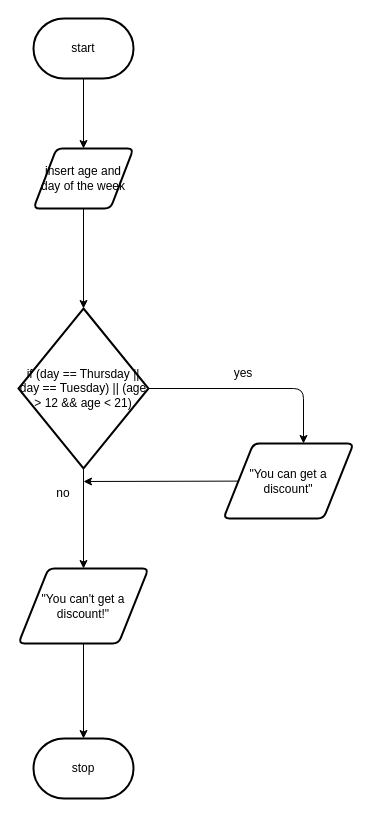
sophie-nguyen-0/ICS2O-unit5-04-select keeps this draw.io diagram as design/flowchart.drawio. Above is the earlier version. Source tidied: cells renumbered, new cells numbered last; positions are measured from the earlier drawing's top-left corner, leaving out a move shared by most shapes. Both pictures are drawn from the tidied source at 100%, with x=0, y=0 at pixel (18, 18).
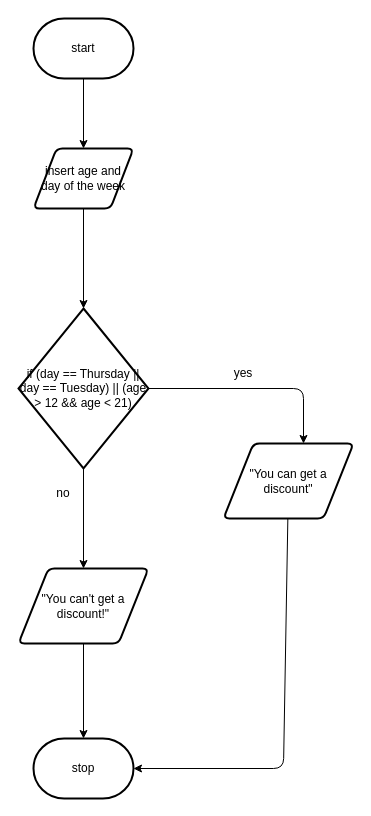
The same diagram, later.

The edit, as a diff of the source:
```diff
@@
 <mxGraphModel>
   <root>
     <mxCell id="0" />
     <mxCell id="1" parent="0" />
     <mxCell id="2" style="edgeStyle=none;html=1;entryX=0.5;entryY=0;entryDx=0;entryDy=0;" parent="1" edge="1" source="3" target="8">
       <mxGeometry relative="1" as="geometry" />
     </mxCell>
     <mxCell id="3" value="start" style="strokeWidth=2;html=1;shape=mxgraph.flowchart.terminator;whiteSpace=wrap;" parent="1" vertex="1">
       <mxGeometry x="15" width="100" height="60" as="geometry" />
     </mxCell>
     <mxCell id="4" style="edgeStyle=none;html=1;exitX=0.5;exitY=1;exitDx=0;exitDy=0;" parent="1" edge="1" source="8" target="7">
       <mxGeometry relative="1" as="geometry" />
     </mxCell>
     <mxCell id="5" style="edgeStyle=none;html=1;" parent="1" edge="1" source="7">
       <mxGeometry relative="1" as="geometry">
         <mxPoint x="285" y="425" as="targetPoint" />
         <Array as="points">
           <mxPoint x="285" y="370" />
         </Array>
       </mxGeometry>
     </mxCell>
     <mxCell id="6" style="edgeStyle=none;html=1;" parent="1" edge="1" source="7" target="13">
       <mxGeometry relative="1" as="geometry" />
     </mxCell>
     <mxCell id="7" value="if (day == Thursday || day == Tuesday) || (age &amp;gt; 12 &amp;amp;&amp;amp; age &amp;lt; 21)" style="strokeWidth=2;html=1;shape=mxgraph.flowchart.decision;whiteSpace=wrap;" parent="1" vertex="1">
       <mxGeometry y="290" width="130" height="160" as="geometry" />
     </mxCell>
     <mxCell id="8" value="insert age and day of the week" style="shape=parallelogram;html=1;strokeWidth=2;perimeter=parallelogramPerimeter;whiteSpace=wrap;rounded=1;arcSize=12;size=0.23;" parent="1" vertex="1">
       <mxGeometry x="15" y="130" width="100" height="60" as="geometry" />
     </mxCell>
     <mxCell id="9" value="stop" style="strokeWidth=2;html=1;shape=mxgraph.flowchart.terminator;whiteSpace=wrap;" parent="1" vertex="1">
       <mxGeometry x="15" y="720" width="100" height="60" as="geometry" />
     </mxCell>
-    <mxCell id="10" style="edgeStyle=none;html=1;" parent="1" edge="1" source="11">
-      <mxGeometry relative="1" as="geometry">
-        <mxPoint x="65" y="463" as="targetPoint" />
-      </mxGeometry>
-    </mxCell>
+    <mxCell id="16" style="edgeStyle=none;html=1;entryX=1;entryY=0.5;entryDx=0;entryDy=0;entryPerimeter=0;" parent="1" edge="1" source="11" target="9">
+      <mxGeometry relative="1" as="geometry">
+        <Array as="points">
+          <mxPoint x="265" y="750" />
+        </Array>
+      </mxGeometry>
+    </mxCell>
     <mxCell id="11" value="&quot;You can get a discount&quot;" style="shape=parallelogram;html=1;strokeWidth=2;perimeter=parallelogramPerimeter;whiteSpace=wrap;rounded=1;arcSize=12;size=0.23;" parent="1" vertex="1">
       <mxGeometry x="205" y="425" width="130" height="75" as="geometry" />
     </mxCell>
     <mxCell id="12" style="edgeStyle=none;html=1;" parent="1" edge="1" source="13" target="9">
       <mxGeometry relative="1" as="geometry" />
     </mxCell>
     <mxCell id="13" value="&quot;You can't get a discount!&quot;" style="shape=parallelogram;html=1;strokeWidth=2;perimeter=parallelogramPerimeter;whiteSpace=wrap;rounded=1;arcSize=12;size=0.23;" parent="1" vertex="1">
       <mxGeometry y="550" width="130" height="75" as="geometry" />
     </mxCell>
     <mxCell id="14" value="yes" style="text;html=1;strokeColor=none;fillColor=none;align=center;verticalAlign=middle;whiteSpace=wrap;rounded=0;" parent="1" vertex="1">
       <mxGeometry x="195" y="340" width="60" height="30" as="geometry" />
     </mxCell>
     <mxCell id="15" value="no" style="text;html=1;strokeColor=none;fillColor=none;align=center;verticalAlign=middle;whiteSpace=wrap;rounded=0;" parent="1" vertex="1">
       <mxGeometry x="15" y="460" width="60" height="30" as="geometry" />
     </mxCell>
   </root>
 </mxGraphModel>
```
